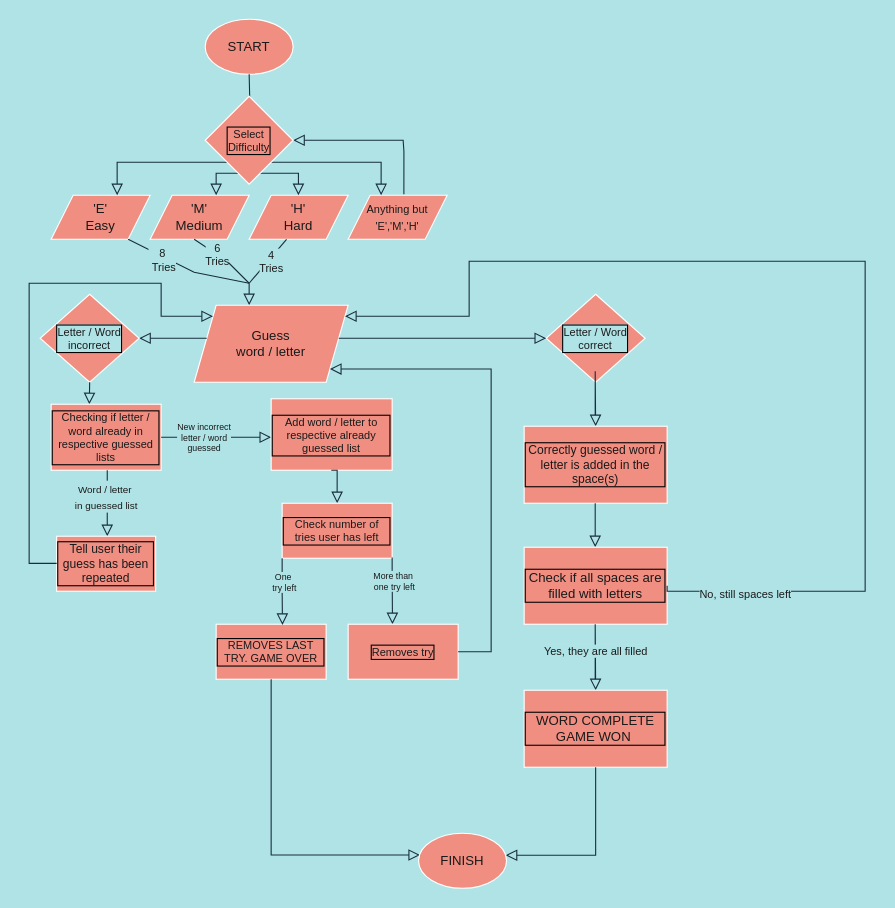
Earlier version of the draw.io diagram assets/images/project-three-flowchart.drawio (Bethieieio/project-three-command-hangman). Source tidied: cells renumbered, new cells numbered last; positions are measured from the earlier drawing's top-left corner, leaving out a move shared by most shapes. Both pictures are drawn from the tidied source at 110%, with x=0, y=0 at pixel (29, 19).
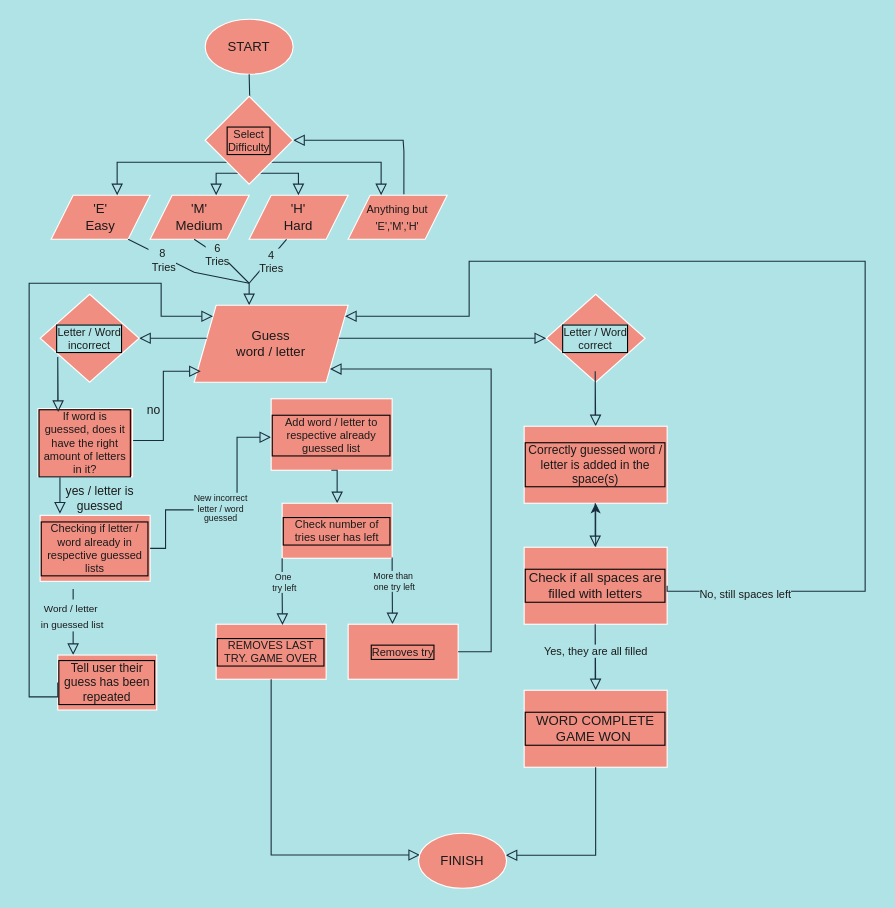
After the change.

The change refers to these unchanged cells:
```xml
<mxCell id="20" value="Guess&lt;br&gt;word / letter" style="shape=parallelogram;perimeter=parallelogramPerimeter;whiteSpace=wrap;html=1;fixedSize=1;fillColor=#F08E81;strokeColor=#FFFFFF;fontColor=#1A1A1A;" parent="1" vertex="1">
  <mxGeometry x="150" y="260" width="140" height="70" as="geometry" />
</mxCell>
<mxCell id="45" value="&lt;font style=&quot;font-size: 11px;&quot;&gt;Correctly guessed word / letter is added in the space(s)&lt;/font&gt;" style="rounded=0;whiteSpace=wrap;html=1;labelBackgroundColor=none;labelBorderColor=default;fillStyle=solid;strokeColor=#FFFFFF;fontSize=10;fillColor=#F08E81;fontColor=#1A1A1A;" parent="1" vertex="1">
  <mxGeometry x="450" y="370" width="130" height="70" as="geometry" />
</mxCell>
<mxCell id="47" value="&lt;span style=&quot;font-size: 12px;&quot;&gt;Check if all spaces are filled with letters&lt;/span&gt;" style="rounded=0;whiteSpace=wrap;html=1;labelBackgroundColor=none;labelBorderColor=default;fillStyle=solid;strokeColor=#FFFFFF;fontSize=10;fillColor=#F08E81;fontColor=#1A1A1A;" parent="1" vertex="1">
  <mxGeometry x="450" y="480" width="130" height="70" as="geometry" />
</mxCell>
```

What changed in the source:
```diff
@@
-    <mxCell id="24" style="rounded=0;html=1;jettySize=auto;orthogonalLoop=1;fontSize=11;endArrow=block;endFill=0;endSize=8;strokeWidth=1;shadow=0;labelBackgroundColor=none;edgeStyle=orthogonalEdgeStyle;strokeColor=#182E3E;fontColor=#1A1A1A;" parent="1" edge="1">
-      <mxGeometry relative="1" as="geometry">
-        <mxPoint x="55" y="330" as="sourcePoint" />
-        <mxPoint x="54.7" y="350" as="targetPoint" />
+    <mxCell id="24" value="yes / letter is&lt;br&gt;guessed" style="rounded=0;html=1;jettySize=auto;fontSize=11;endArrow=block;endFill=0;endSize=8;strokeWidth=1;shadow=0;labelBackgroundColor=none;edgeStyle=orthogonalEdgeStyle;strokeColor=#182E3E;fontColor=#1A1A1A;entryX=0.18;entryY=-0.025;entryDx=0;entryDy=0;entryPerimeter=0;" parent="1" edge="1" target="25">
+      <mxGeometry x="0.42" y="36" relative="1" as="geometry">
+        <mxPoint x="28" y="403" as="sourcePoint" />
         <Array as="points">
-          <mxPoint x="54.7" y="330" />
-          <mxPoint x="54.7" y="330" />
+          <mxPoint x="28" y="438" />
+          <mxPoint x="28" y="438" />
         </Array>
       </mxGeometry>
     </mxCell>
     <mxCell id="25" value="Checking if letter / word already in respective guessed lists" style="rounded=0;whiteSpace=wrap;html=1;labelBackgroundColor=none;labelBorderColor=default;fillStyle=solid;strokeColor=#FFFFFF;fontSize=10;fillColor=#F08E81;fontColor=#1A1A1A;" parent="1" vertex="1">
-      <mxGeometry x="20" y="350" width="100" height="60" as="geometry" />
+      <mxGeometry x="10" y="451" width="100" height="60" as="geometry" />
     </mxCell>
     <mxCell id="26" style="rounded=0;html=1;jettySize=auto;orthogonalLoop=1;fontSize=11;endArrow=block;endFill=0;endSize=8;strokeWidth=1;shadow=0;labelBackgroundColor=none;edgeStyle=orthogonalEdgeStyle;strokeColor=#182E3E;fontColor=#1A1A1A;" parent="1" edge="1">
       <mxGeometry relative="1" as="geometry">
-        <mxPoint x="71" y="410" as="sourcePoint" />
-        <mxPoint x="71" y="470" as="targetPoint" />
+        <mxPoint x="40" y="518" as="sourcePoint" />
+        <mxPoint x="40" y="578" as="targetPoint" />
       </mxGeometry>
     </mxCell>
@@
     <mxCell id="28" value="&lt;font style=&quot;font-size: 11px;&quot;&gt;Tell user their guess has been repeated&lt;/font&gt;" style="rounded=0;whiteSpace=wrap;html=1;labelBackgroundColor=none;labelBorderColor=default;fillStyle=solid;strokeColor=#FFFFFF;fontSize=9;fillColor=#F08E81;fontColor=#1A1A1A;" parent="1" vertex="1">
-      <mxGeometry x="25" y="470" width="90" height="50" as="geometry" />
+      <mxGeometry x="26" y="578" width="90" height="50" as="geometry" />
     </mxCell>
-    <mxCell id="29" style="rounded=0;html=1;jettySize=auto;fontSize=11;endArrow=block;endFill=0;endSize=8;strokeWidth=1;shadow=0;labelBackgroundColor=none;edgeStyle=orthogonalEdgeStyle;strokeColor=#182E3E;fontColor=#1A1A1A;" parent="1" edge="1" target="20">
+    <mxCell id="29" style="rounded=0;html=1;jettySize=auto;fontSize=11;endArrow=block;endFill=0;endSize=8;strokeWidth=1;shadow=0;labelBackgroundColor=none;edgeStyle=orthogonalEdgeStyle;strokeColor=#182E3E;fontColor=#1A1A1A;exitX=0;exitY=0.5;exitDx=0;exitDy=0;" parent="1" edge="1" source="28" target="20">
       <mxGeometry relative="1" as="geometry">
-        <mxPoint x="25" y="494.7" as="sourcePoint" />
         <Array as="points">
-          <mxPoint y="495" />
+          <mxPoint y="616" />
           <mxPoint y="240" />
           <mxPoint x="120" y="240" />
           <mxPoint x="120" y="270" />
         </Array>
       </mxGeometry>
     </mxCell>
-    <mxCell id="30" style="rounded=0;html=1;jettySize=auto;orthogonalLoop=1;fontSize=11;endArrow=block;endFill=0;endSize=8;strokeWidth=1;shadow=0;labelBackgroundColor=none;edgeStyle=orthogonalEdgeStyle;exitX=1;exitY=1;exitDx=0;exitDy=0;strokeColor=#182E3E;fontColor=#1A1A1A;" parent="1" edge="1">
+    <mxCell id="30" style="rounded=0;html=1;jettySize=auto;fontSize=11;endArrow=block;endFill=0;endSize=8;strokeWidth=1;shadow=0;labelBackgroundColor=none;edgeStyle=orthogonalEdgeStyle;exitX=1;exitY=0.5;exitDx=0;exitDy=0;strokeColor=#182E3E;fontColor=#1A1A1A;" parent="1" edge="1" source="25">
       <mxGeometry relative="1" as="geometry">
-        <mxPoint x="120" y="380" as="sourcePoint" />
         <mxPoint x="220" y="380" as="targetPoint" />
+        <Array as="points">
+          <mxPoint x="124" y="481" />
+          <mxPoint x="124" y="446" />
+          <mxPoint x="189" y="446" />
+          <mxPoint x="189" y="380" />
+        </Array>
       </mxGeometry>
     </mxCell>
     <mxCell id="31" value="&lt;font style=&quot;font-size: 8px;&quot;&gt;New incorrect&lt;br style=&quot;font-size: 8px;&quot;&gt;letter / word&lt;br style=&quot;font-size: 8px;&quot;&gt;guessed&lt;br style=&quot;font-size: 8px;&quot;&gt;&lt;/font&gt;" style="edgeLabel;html=1;align=center;verticalAlign=middle;fontSize=8;fontColor=#1A1A1A;labelBackgroundColor=#B0E3E6;" parent="30" vertex="1">
-      <mxGeometry x="-0.25" relative="1" as="geometry" />
+      <mxGeometry x="-0.25" relative="1" as="geometry">
+        <mxPoint x="19" y="-2" as="offset" />
+      </mxGeometry>
     </mxCell>
@@
+    <mxCell id="56" style="edgeStyle=orthogonalEdgeStyle;rounded=0;jettySize=auto;html=1;strokeColor=#182E3E;fontColor=#1A1A1A;" parent="1" edge="1" source="47" target="45">
+      <mxGeometry relative="1" as="geometry" />
+    </mxCell>
@@
+    <mxCell id="57" value="no" style="rounded=0;html=1;jettySize=auto;fontSize=11;endArrow=block;endFill=0;endSize=8;strokeWidth=1;shadow=0;labelBackgroundColor=none;edgeStyle=orthogonalEdgeStyle;strokeColor=#182E3E;fontColor=#1A1A1A;exitX=0.75;exitY=0;exitDx=0;exitDy=0;" parent="1" edge="1" source="58">
+      <mxGeometry x="0.23" y="9" relative="1" as="geometry">
+        <mxPoint x="156" y="320" as="targetPoint" />
+        <Array as="points">
+          <mxPoint x="73" y="383" />
+          <mxPoint x="122" y="383" />
+          <mxPoint x="122" y="320" />
+        </Array>
+        <mxPoint y="1" as="offset" />
+      </mxGeometry>
+    </mxCell>
+    <mxCell id="58" value="If word is guessed, does it have the right amount of letters in it?" style="rounded=0;whiteSpace=wrap;html=1;labelBackgroundColor=none;labelBorderColor=default;fillStyle=solid;strokeColor=#FFFFFF;fontSize=10;fillColor=#F08E81;fontColor=#1A1A1A;" parent="1" vertex="1">
+      <mxGeometry x="8" y="354" width="86" height="62" as="geometry" />
+    </mxCell>
+    <mxCell id="59" style="rounded=0;html=1;jettySize=auto;orthogonalLoop=1;fontSize=11;endArrow=block;endFill=0;endSize=8;strokeWidth=1;shadow=0;labelBackgroundColor=none;edgeStyle=orthogonalEdgeStyle;exitX=0;exitY=1;exitDx=0;exitDy=0;strokeColor=#182E3E;fontColor=#1A1A1A;" parent="1" edge="1">
+      <mxGeometry relative="1" as="geometry">
+        <mxPoint x="26" y="347" as="sourcePoint" />
+        <mxPoint x="26.4" y="357" as="targetPoint" />
+        <Array as="points">
+          <mxPoint x="26" y="307" />
+          <mxPoint x="26" y="307" />
+        </Array>
+      </mxGeometry>
+    </mxCell>
```
